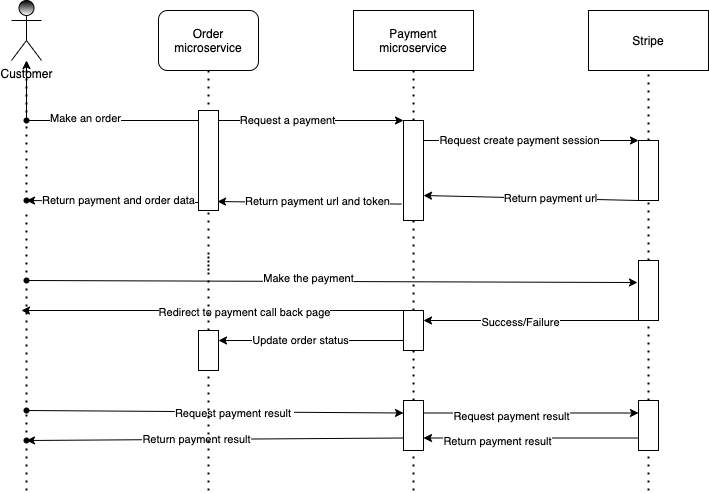
Earlier version of the draw.io export flow.drawio.png (ltlkong/stripe-payment). Source tidied: cells renumbered, new cells last; positions are measured from the earlier drawing's top-left corner, leaving out a move shared by most shapes.
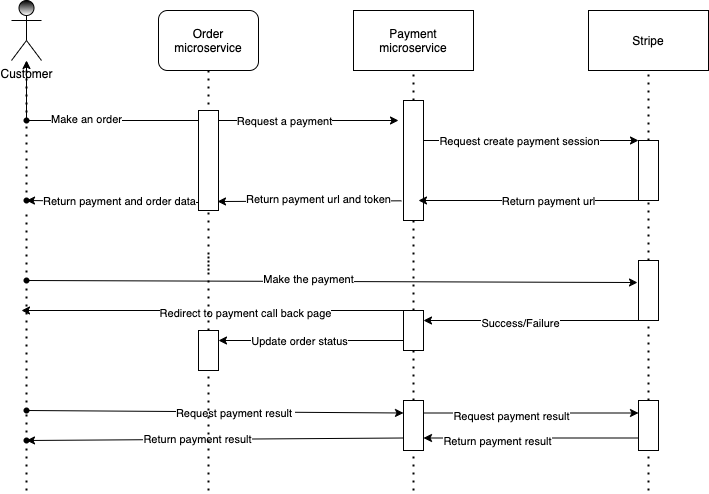
After the commit.

The edit, as a diff of the source:
```diff
@@ -34,7 +34,7 @@
       </mxGeometry>
     </mxCell>
     <mxCell id="11" style="rounded=0;whiteSpace=wrap;html=1;" parent="1" vertex="1">
-      <mxGeometry x="397" y="120" width="20" height="100" as="geometry" />
+      <mxGeometry x="397" y="100" width="20" height="120" as="geometry" />
     </mxCell>
     <mxCell id="12" style="endArrow=none;dashed=1;html=1;dashPattern=1 3;strokeWidth=2;entryX=0.5;entryY=1;entryDx=0;entryDy=0;startArrow=none;" parent="1" edge="1" source="42" target="11">
       <mxGeometry relative="1" as="geometry" />
@@ -42,8 +42,10 @@
     <mxCell id="13" style="endArrow=none;dashed=1;html=1;dashPattern=1 3;strokeWidth=2;entryX=0.5;entryY=1;entryDx=0;entryDy=0;startArrow=none;" parent="1" edge="1" source="17" target="6">
       <mxGeometry relative="1" as="geometry" />
     </mxCell>
-    <mxCell id="14" style="edgeStyle=none;html=1;entryX=0;entryY=0;entryDx=0;entryDy=0;startArrow=none;" parent="1" edge="1" source="17" target="11">
-      <mxGeometry relative="1" as="geometry" />
+    <mxCell id="14" style="edgeStyle=none;html=1;startArrow=none;" parent="1" edge="1" source="17">
+      <mxGeometry relative="1" as="geometry">
+        <mxPoint x="392" y="120" as="targetPoint" />
+      </mxGeometry>
     </mxCell>
     <mxCell id="15" value="Request a payment" style="edgeLabel;html=1;align=center;verticalAlign=middle;" parent="14" vertex="1">
       <mxGeometry x="-0.2" relative="1" as="geometry" />
@@ -62,8 +64,10 @@
         <mxPoint x="202" y="120" as="sourcePoint" />
       </mxGeometry>
     </mxCell>
-    <mxCell id="19" style="edgeStyle=none;html=1;exitX=0;exitY=1;exitDx=0;exitDy=0;entryX=1;entryY=0.75;entryDx=0;entryDy=0;" parent="1" edge="1" source="21" target="11">
-      <mxGeometry relative="1" as="geometry" />
+    <mxCell id="19" style="edgeStyle=none;html=1;exitX=0;exitY=1;exitDx=0;exitDy=0;" parent="1" edge="1" source="21">
+      <mxGeometry relative="1" as="geometry">
+        <mxPoint x="412" y="200" as="targetPoint" />
+      </mxGeometry>
     </mxCell>
     <mxCell id="20" value="Return payment url" style="edgeLabel;html=1;align=center;verticalAlign=middle;" parent="19" vertex="1">
       <mxGeometry x="-0.18" relative="1" as="geometry" />
```
